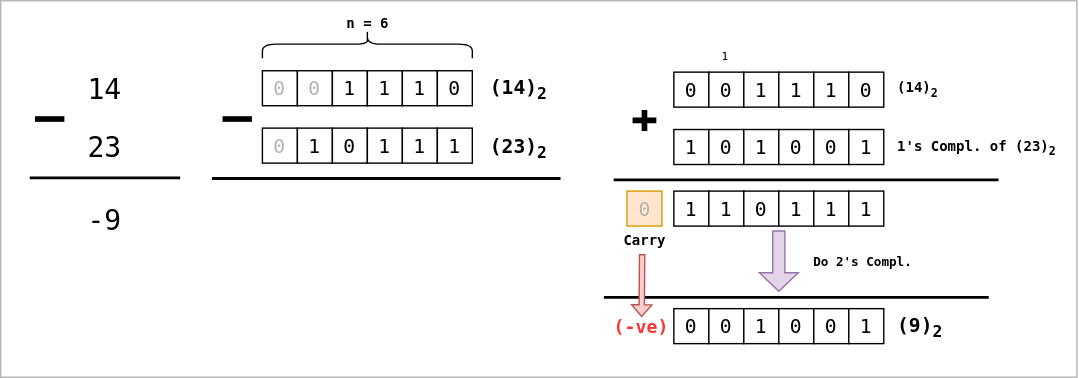
datkumar/code-journal keeps this draw.io diagram as public/diagrams/subtraction-two-complement-negative.svg. Above is the earlier version. Source tidied: cells renumbered, new cells last; positions are measured from the earlier drawing's top-left corner, leaving out a move shared by most shapes.
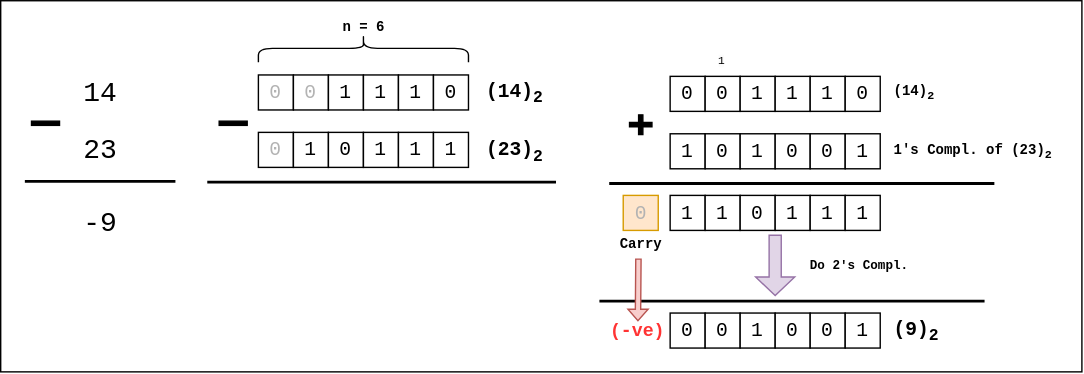
The same file after the commit.

Diff of the diagram source:
```diff
@@ -2,8 +2,8 @@
   <root>
     <mxCell id="0" />
     <mxCell id="1" parent="0" />
-    <mxCell id="2" style="rounded=0;whiteSpace=wrap;html=1;strokeColor=light-dark(#B3B3B3,#B3B3B3);fillStyle=solid;fillColor=light-dark(#FFFFFF,#FFFFFF);fontFamily=monospace;fontColor=light-dark(#000000,#000000);" parent="1" vertex="1">
-      <mxGeometry width="769" height="269" as="geometry" />
+    <mxCell id="2" style="rounded=0;whiteSpace=wrap;html=1;strokeColor=light-dark(#000000,#000000);fillStyle=solid;fillColor=light-dark(#FFFFFF,#FFFFFF);fontFamily=monospace;fontColor=light-dark(#000000,#000000);" parent="1" vertex="1">
+      <mxGeometry x="3" y="-3" width="772" height="265" as="geometry" />
     </mxCell>
     <mxCell id="3" value="0" style="whiteSpace=wrap;html=1;strokeColor=light-dark(#000000,#000000);fontFamily=monospace;fontColor=light-dark(#B3B3B3,#B3B3B3);fillStyle=solid;fillColor=light-dark(#FFFFFF,#FFFFFF);fontSize=14;" parent="1" vertex="1">
       <mxGeometry x="187" y="50" width="25" height="25" as="geometry" />
@@ -125,7 +125,7 @@
     <mxCell id="39" value="&lt;span style=&quot;font-style: normal; font-variant-ligatures: normal; font-variant-caps: normal; letter-spacing: normal; orphans: 2; text-indent: 0px; text-transform: none; widows: 2; word-spacing: 0px; -webkit-text-stroke-width: 0px; white-space: normal; text-decoration-thickness: initial; text-decoration-style: initial; text-decoration-color: initial; float: none; display: inline !important;&quot;&gt;1's Compl. of (23)&lt;sub&gt;2&lt;/sub&gt;&lt;/span&gt;" style="text;whiteSpace=wrap;html=1;align=left;verticalAlign=middle;fontFamily=monospace;labelBackgroundColor=none;fontColor=light-dark(#000000,#000000);fontSize=10;fontStyle=1;" parent="1" vertex="1">
       <mxGeometry x="639" y="92" width="119.5" height="25" as="geometry" />
     </mxCell>
-    <mxCell id="40" style="shape=cross;whiteSpace=wrap;html=1;size=0.2178509424603265;fillStyle=solid;fillColor=light-dark(#000000,#000000);" parent="1" vertex="1">
+    <mxCell id="40" style="shape=cross;whiteSpace=wrap;html=1;size=0.2178509424603265;fillStyle=solid;fillColor=light-dark(#000000,#000000);fontFamily=monospace;" parent="1" vertex="1">
       <mxGeometry x="452" y="78.5" width="16" height="14" as="geometry" />
     </mxCell>
     <mxCell id="41" value="&lt;span style=&quot;color: rgb(0, 0, 0);&quot;&gt;1&lt;/span&gt;" style="whiteSpace=wrap;html=1;strokeColor=light-dark(#000000,#000000);fontFamily=monospace;fontColor=light-dark(#B3B3B3,#B3B3B3);fillStyle=solid;fillColor=light-dark(#FFFFFF,#FFFFFF);fontSize=14;" parent="1" vertex="1">
@@ -146,7 +146,7 @@
     <mxCell id="46" value="1" style="whiteSpace=wrap;html=1;strokeColor=light-dark(#000000,#000000);fontFamily=monospace;fontColor=light-dark(#000000,#000000);fillStyle=solid;fillColor=light-dark(#FFFFFF,#FFFFFF);fontSize=14;" parent="1" vertex="1">
       <mxGeometry x="606" y="136" width="25" height="25" as="geometry" />
     </mxCell>
-    <mxCell id="47" value="&lt;span style=&quot;color: rgb(0, 0, 0); font-family: &amp;quot;monospace&amp;quot;; font-style: normal; font-variant-ligatures: normal; font-variant-caps: normal; font-weight: 400; letter-spacing: normal; orphans: 2; text-indent: 0px; text-transform: none; widows: 2; word-spacing: 0px; -webkit-text-stroke-width: 0px; white-space: normal; background-color: rgb(251, 251, 251); text-decoration-thickness: initial; text-decoration-style: initial; text-decoration-color: initial; float: none; display: inline !important;&quot;&gt;1&lt;/span&gt;" style="text;whiteSpace=wrap;html=1;fontSize=8;verticalAlign=middle;align=center;" parent="1" vertex="1">
+    <mxCell id="47" value="&lt;span style=&quot;color: rgb(0, 0, 0); font-style: normal; font-variant-ligatures: normal; font-variant-caps: normal; font-weight: 400; letter-spacing: normal; orphans: 2; text-indent: 0px; text-transform: none; widows: 2; word-spacing: 0px; -webkit-text-stroke-width: 0px; white-space: normal; background-color: rgb(251, 251, 251); text-decoration-thickness: initial; text-decoration-style: initial; text-decoration-color: initial; float: none; display: inline !important;&quot;&gt;1&lt;/span&gt;" style="text;whiteSpace=wrap;html=1;fontSize=8;verticalAlign=middle;align=center;fontFamily=monospace;" parent="1" vertex="1">
       <mxGeometry x="509.4" y="32" width="18.3" height="15.4" as="geometry" />
     </mxCell>
     <mxCell id="48" value="&lt;span style=&quot;color: rgb(179, 179, 179);&quot;&gt;0&lt;/span&gt;" style="whiteSpace=wrap;html=1;strokeColor=#d79b00;fontFamily=monospace;fillStyle=solid;fillColor=#ffe6cc;fontSize=14;" parent="1" vertex="1">
@@ -182,7 +182,7 @@
     <mxCell id="57" value="1" style="whiteSpace=wrap;html=1;strokeColor=light-dark(#000000,#000000);fontFamily=monospace;fontColor=light-dark(#000000,#000000);fillStyle=solid;fillColor=light-dark(#FFFFFF,#FFFFFF);fontSize=14;" parent="1" vertex="1">
       <mxGeometry x="606" y="220" width="25" height="25" as="geometry" />
     </mxCell>
-    <mxCell id="58" style="shape=flexArrow;endArrow=classic;html=1;rounded=0;width=8.666666666666666;endSize=4.0633333333333335;endWidth=18.23717948717949;fillColor=#e1d5e7;strokeColor=#9673a6;" parent="1" edge="1">
+    <mxCell id="58" style="shape=flexArrow;endArrow=classic;html=1;rounded=0;width=8.666666666666666;endSize=4.0633333333333335;endWidth=18.23717948717949;fillColor=#e1d5e7;strokeColor=#9673a6;fontFamily=monospace;" parent="1" edge="1">
       <mxGeometry relative="1" as="geometry">
         <mxPoint x="556" y="164" as="sourcePoint" />
         <mxPoint x="556" y="208" as="targetPoint" />
@@ -191,13 +191,13 @@
     <mxCell id="59" value="Do 2's Compl.&amp;nbsp;" style="text;whiteSpace=wrap;html=1;align=center;verticalAlign=middle;fontFamily=monospace;labelBackgroundColor=none;fontColor=light-dark(#000000,#000000);fontSize=9;fontStyle=1;" parent="1" vertex="1">
       <mxGeometry x="574.8" y="177" width="87.5" height="20" as="geometry" />
     </mxCell>
-    <mxCell id="60" value="&lt;span style=&quot;font-family: &amp;quot;monospace&amp;quot;; font-style: normal; font-variant-ligatures: normal; font-variant-caps: normal; font-weight: 700; letter-spacing: normal; orphans: 2; text-indent: 0px; text-transform: none; widows: 2; word-spacing: 0px; -webkit-text-stroke-width: 0px; white-space: normal; text-decoration-thickness: initial; text-decoration-style: initial; text-decoration-color: initial; float: none; display: inline !important;&quot;&gt;(-ve)&lt;/span&gt;" style="text;whiteSpace=wrap;html=1;labelBackgroundColor=none;align=center;verticalAlign=middle;fontColor=light-dark(#FF3333,#FF3333);fontSize=13;" parent="1" vertex="1">
+    <mxCell id="60" value="&lt;span style=&quot;font-style: normal; font-variant-ligatures: normal; font-variant-caps: normal; font-weight: 700; letter-spacing: normal; orphans: 2; text-indent: 0px; text-transform: none; widows: 2; word-spacing: 0px; -webkit-text-stroke-width: 0px; white-space: normal; text-decoration-thickness: initial; text-decoration-style: initial; text-decoration-color: initial; float: none; display: inline !important;&quot;&gt;(-ve)&lt;/span&gt;" style="text;whiteSpace=wrap;html=1;labelBackgroundColor=none;align=center;verticalAlign=middle;fontColor=light-dark(#FF3333,#FF3333);fontSize=13;fontFamily=monospace;" parent="1" vertex="1">
       <mxGeometry x="432.6" y="221.5" width="49.9" height="22" as="geometry" />
     </mxCell>
     <mxCell id="61" value="&lt;span style=&quot;font-style: normal; font-variant-ligatures: normal; font-variant-caps: normal; letter-spacing: normal; orphans: 2; text-indent: 0px; text-transform: none; widows: 2; word-spacing: 0px; -webkit-text-stroke-width: 0px; white-space: normal; text-decoration-thickness: initial; text-decoration-style: initial; text-decoration-color: initial; float: none; display: inline !important;&quot;&gt;(9)&lt;sub&gt;2&lt;/sub&gt;&lt;/span&gt;" style="text;whiteSpace=wrap;html=1;align=left;verticalAlign=middle;fontFamily=monospace;labelBackgroundColor=none;fontColor=light-dark(#000000,#000000);fontSize=14;fontStyle=1;" parent="1" vertex="1">
       <mxGeometry x="639" y="220" width="47" height="25" as="geometry" />
     </mxCell>
-    <mxCell id="62" style="shape=flexArrow;endArrow=classic;html=1;rounded=0;width=3.8095238095238093;endSize=2.4095238095238094;endWidth=9.614512471655328;fillColor=#f8cecc;strokeColor=#b85450;" parent="1" edge="1">
+    <mxCell id="62" style="shape=flexArrow;endArrow=classic;html=1;rounded=0;width=3.8095238095238093;endSize=2.4095238095238094;endWidth=9.614512471655328;fillColor=#f8cecc;strokeColor=#b85450;fontFamily=monospace;" parent="1" edge="1">
       <mxGeometry relative="1" as="geometry">
         <mxPoint x="458.4" y="181" as="sourcePoint" />
         <mxPoint x="458" y="226" as="targetPoint" />
```
